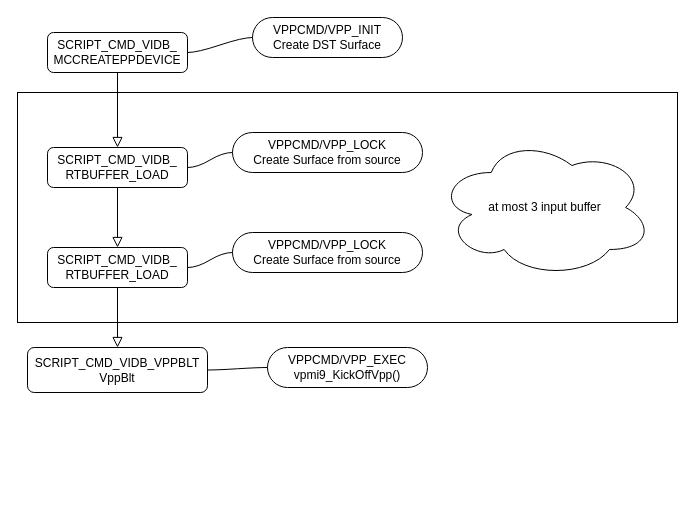
Before: vpp buffer.drawio in wenger67/wiki, a draw.io diagram. Source tidied: cells renumbered, new cells numbered last; positions are measured from the earlier drawing's top-left corner, leaving out a move shared by most shapes. Both pictures are drawn from the tidied source at 100%, with x=0, y=0 at pixel (17, 17).
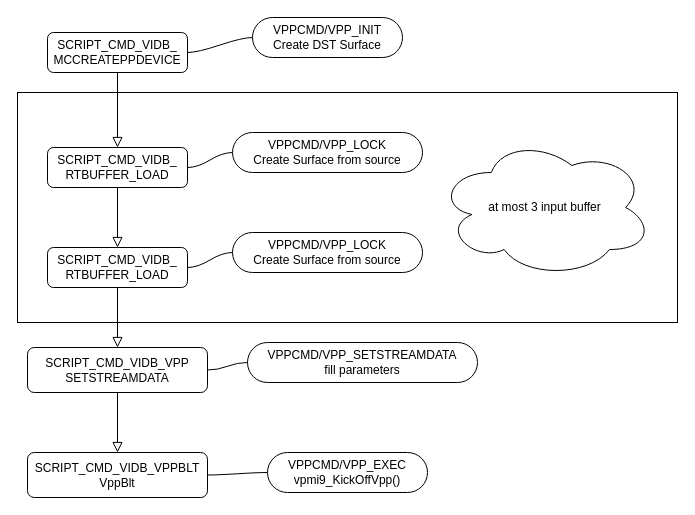
After the change.

The edit, as a diff of the source:
```diff
@@
-    <mxCell id="16" value="SCRIPT_CMD_VIDB_VPPBLT&lt;br&gt;VppBlt" style="rounded=1;whiteSpace=wrap;html=1;fontSize=12;glass=0;strokeWidth=1;shadow=0;" parent="1" vertex="1">
+    <mxCell id="16" value="SCRIPT_CMD_VIDB_VPP&lt;br&gt;SETSTREAMDATA" style="rounded=1;whiteSpace=wrap;html=1;fontSize=12;glass=0;strokeWidth=1;shadow=0;" parent="1" vertex="1">
       <mxGeometry x="10" y="330" width="180" height="45" as="geometry" />
     </mxCell>
-    <mxCell id="17" value="VPPCMD/VPP_EXEC&lt;br&gt;vpmi9_KickOffVpp()" style="whiteSpace=wrap;html=1;rounded=1;arcSize=50;align=center;verticalAlign=middle;strokeWidth=1;spacing=4;newEdgeStyle={&quot;edgeStyle&quot;:&quot;entityRelationEdgeStyle&quot;,&quot;startArrow&quot;:&quot;none&quot;,&quot;endArrow&quot;:&quot;none&quot;,&quot;segment&quot;:10,&quot;curved&quot;:1};" parent="1" vertex="1">
-      <mxGeometry x="250" y="330" width="160" height="40" as="geometry" />
+    <mxCell id="17" value="VPPCMD/VPP_SETSTREAMDATA&lt;br&gt;fill parameters" style="whiteSpace=wrap;html=1;rounded=1;arcSize=50;align=center;verticalAlign=middle;strokeWidth=1;spacing=4;newEdgeStyle={&quot;edgeStyle&quot;:&quot;entityRelationEdgeStyle&quot;,&quot;startArrow&quot;:&quot;none&quot;,&quot;endArrow&quot;:&quot;none&quot;,&quot;segment&quot;:10,&quot;curved&quot;:1};" parent="1" vertex="1">
+      <mxGeometry x="230" y="325" width="230" height="40" as="geometry" />
     </mxCell>
@@
+    <mxCell id="19" value="SCRIPT_CMD_VIDB_VPPBLT&lt;br&gt;VppBlt" style="rounded=1;whiteSpace=wrap;html=1;fontSize=12;glass=0;strokeWidth=1;shadow=0;" parent="1" vertex="1">
+      <mxGeometry x="10" y="435" width="180" height="45" as="geometry" />
+    </mxCell>
+    <mxCell id="20" value="VPPCMD/VPP_EXEC&lt;br&gt;vpmi9_KickOffVpp()" style="whiteSpace=wrap;html=1;rounded=1;arcSize=50;align=center;verticalAlign=middle;strokeWidth=1;spacing=4;newEdgeStyle={&quot;edgeStyle&quot;:&quot;entityRelationEdgeStyle&quot;,&quot;startArrow&quot;:&quot;none&quot;,&quot;endArrow&quot;:&quot;none&quot;,&quot;segment&quot;:10,&quot;curved&quot;:1};" parent="1" vertex="1">
+      <mxGeometry x="250" y="435" width="160" height="40" as="geometry" />
+    </mxCell>
+    <mxCell id="21" style="edgeStyle=entityRelationEdgeStyle;startArrow=none;endArrow=none;segment=10;curved=1;exitX=1;exitY=0.5;exitDx=0;exitDy=0;" parent="1" edge="1" source="19" target="20">
+      <mxGeometry relative="1" as="geometry" />
+    </mxCell>
+    <mxCell id="22" style="rounded=0;html=1;jettySize=auto;orthogonalLoop=1;fontSize=11;endArrow=block;endFill=0;endSize=8;strokeWidth=1;shadow=0;labelBackgroundColor=none;edgeStyle=orthogonalEdgeStyle;" parent="1" edge="1">
+      <mxGeometry relative="1" as="geometry">
+        <mxPoint x="100" y="375" as="sourcePoint" />
+        <mxPoint x="100" y="435" as="targetPoint" />
+        <Array as="points">
+          <mxPoint x="100" y="425" />
+        </Array>
+      </mxGeometry>
+    </mxCell>
```
